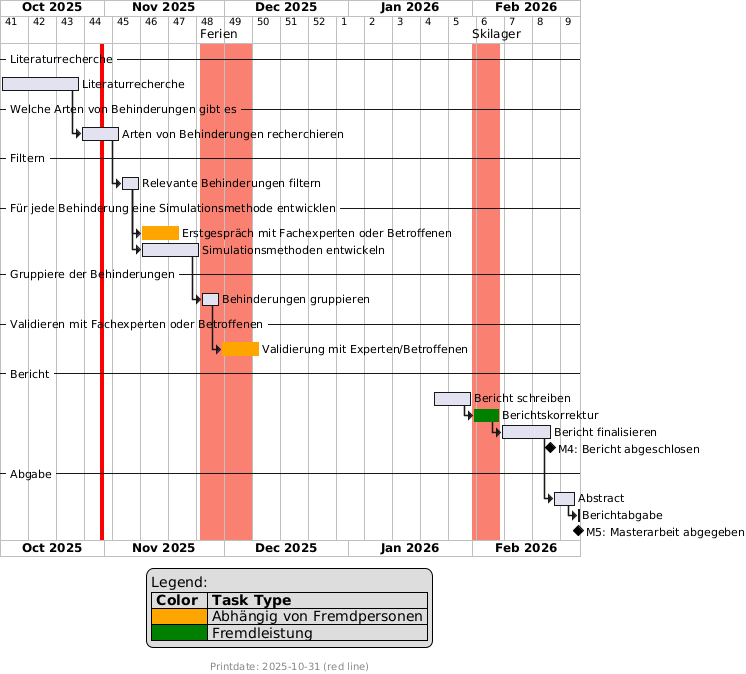
marcgauch/Masterarbeit-Daten keeps this PlantUML diagram as Zeitplan/Zeitplan Masterarbeit.png. Above is the earlier version.
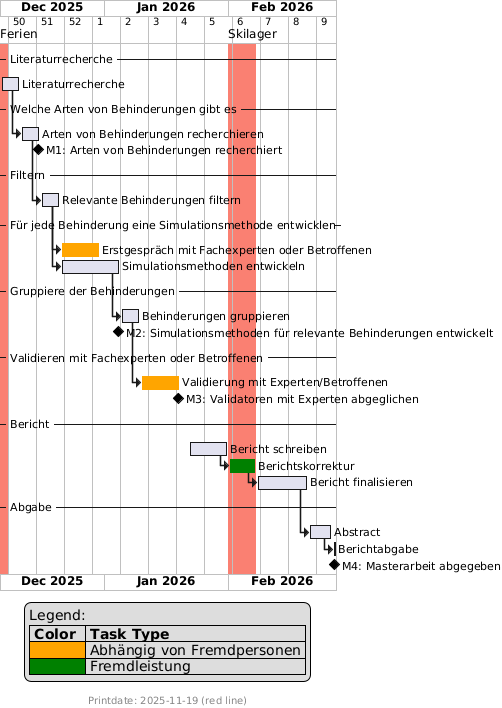
The same diagram one commit later.

Commit message:
CHANGED: neuer zeitplan

What changed in the source:
```diff
@@ -1,7 +1,7 @@
 @startgantt Zeitplan Masterarbeit
 printscale weekly
 today is colored in red
-Project starts 2025-10-06
+Project starts 2025-12-06
 
 footer Printdate: %date("YYYY-MM-dd") (red line)
 
@@ -12,10 +12,12 @@
 2026-02-01 to 2026-02-07 are colored in salmon
 
 -- Literaturrecherche --
-[Literaturrecherche] starts at 2025-10-06 and requires 20 days
+[Literaturrecherche] requires 5 days
 
 -- Welche Arten von Behinderungen gibt es --
-[Arten von Behinderungen recherchieren] starts at [Literaturrecherche]'s end and requires 10 days
+[Arten von Behinderungen recherchieren] starts at [Literaturrecherche]'s end and requires 5 days
+[M1: Arten von Behinderungen recherchiert ] happens at [Arten von Behinderungen recherchieren]'s end
+
 
 -- Filtern --
 [Relevante Behinderungen filtern] starts at [Arten von Behinderungen recherchieren]'s end and requires 5 days
@@ -26,22 +28,27 @@
 
 -- Gruppiere der Behinderungen --
 [Behinderungen gruppieren] starts at [Simulationsmethoden entwickeln]'s end and requires 5 days
+[M2: Simulationsmethoden für relevante Behinderungen entwickelt ] happens at [Simulationsmethoden entwickeln]'s end
 
 
 -- Validieren mit Fachexperten oder Betroffenen --
 [Validierung mit Experten/Betroffenen] starts at [Behinderungen gruppieren]'s end and requires 10 days and is colored in orange
+
+[M3: Validatoren mit Experten abgeglichen] happens at [Validierung mit Experten/Betroffenen]'s end
 
 -- Bericht --
 [Bericht schreiben] starts at 2026-01-22 and requires 10 days
 then [Berichtskorrektur] starts at 2026-02-01 and ends at 2026-02-07 and is colored in Green
 
 then [Bericht finalisieren] starts at 2026-02-08 and requires 13 days
-[M4: Bericht abgeschlosen] happens at [Bericht finalisieren]'s end
 
 -- Abgabe --
 [Abstract] starts at [Bericht finalisieren]'s end and requires 6 days
 [Berichtabgabe] starts at [Abstract]'s end and requires 1 days
-[M5: Masterarbeit abgegeben] happens 2026-02-27
+[M4: Masterarbeit abgegeben] happens 2026-02-27
+
+
+
 
 legend
 Legend:
```
